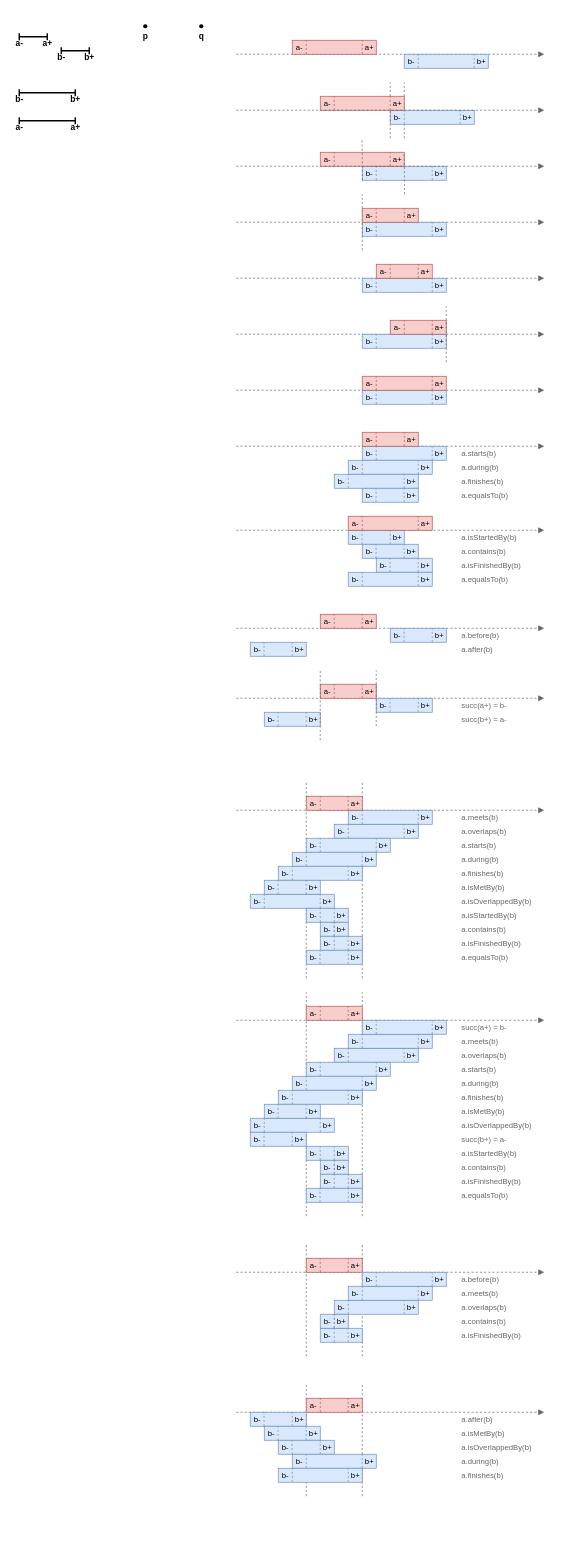
The draw.io diagram page "Relations-Bar" (4 of 6) of res/resources.drawio in gchudnov/mindthegap, before the edit. Source tidied: cells renumbered, new cells numbered last; positions are measured from the earlier drawing's top-left corner, leaving out a move shared by most shapes. Both pictures are drawn from the tidied source at 70%, with x=0, y=0 at pixel (12, 12).
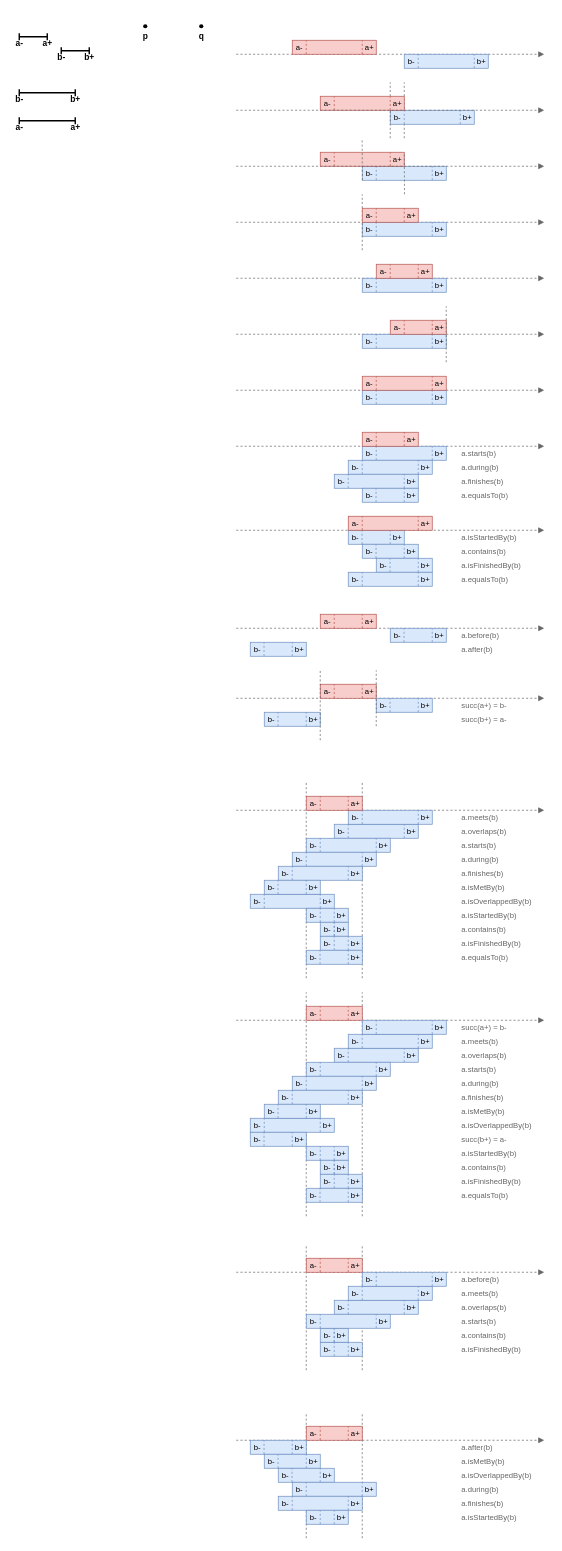
Above is the later version.

The edit, as a diff of the source:
```diff
@@
     <mxCell id="415" style="endArrow=none;dashed=1;html=1;strokeWidth=1;fontSize=11;fillColor=#f5f5f5;strokeColor=#666666;" parent="1" edge="1">
       <mxGeometry relative="1" as="geometry">
-        <mxPoint x="420" y="1920" as="sourcePoint" />
+        <mxPoint x="420" y="1940" as="sourcePoint" />
         <mxPoint x="420" y="1760" as="targetPoint" />
       </mxGeometry>
     </mxCell>
     <mxCell id="416" style="endArrow=none;dashed=1;html=1;strokeWidth=1;fontSize=11;fillColor=#f5f5f5;strokeColor=#666666;" parent="1" edge="1">
       <mxGeometry relative="1" as="geometry">
-        <mxPoint x="500" y="1920" as="sourcePoint" />
+        <mxPoint x="500" y="1940" as="sourcePoint" />
         <mxPoint x="500" y="1760" as="targetPoint" />
       </mxGeometry>
     </mxCell>
@@
     <mxCell id="438" value="a.contains(b)" style="text;html=1;strokeColor=none;fillColor=none;align=left;verticalAlign=middle;whiteSpace=wrap;rounded=0;fontSize=11;fontColor=#666666;" parent="1" vertex="1">
-      <mxGeometry x="640" y="1860" width="80" height="20" as="geometry" />
+      <mxGeometry x="640" y="1880" width="80" height="20" as="geometry" />
     </mxCell>
     <mxCell id="439" style="group;" parent="1" vertex="1">
-      <mxGeometry x="440" y="1880" width="60" height="20" as="geometry" />
+      <mxGeometry x="440" y="1900" width="60" height="20" as="geometry" />
     </mxCell>
@@
     <mxCell id="445" value="a.isFinishedBy(b)" style="text;html=1;strokeColor=none;fillColor=none;align=left;verticalAlign=middle;whiteSpace=wrap;rounded=0;fontSize=11;fontColor=#666666;" parent="1" vertex="1">
-      <mxGeometry x="640" y="1880" width="80" height="20" as="geometry" />
+      <mxGeometry x="640" y="1900" width="80" height="20" as="geometry" />
     </mxCell>
@@
     <mxCell id="453" style="endArrow=none;dashed=1;html=1;strokeWidth=1;fontSize=11;fillColor=#f5f5f5;strokeColor=#666666;" parent="1" edge="1">
       <mxGeometry relative="1" as="geometry">
-        <mxPoint x="420" y="2120" as="sourcePoint" />
-        <mxPoint x="420" y="1960" as="targetPoint" />
+        <mxPoint x="420" y="2180" as="sourcePoint" />
+        <mxPoint x="420" y="2000" as="targetPoint" />
       </mxGeometry>
     </mxCell>
     <mxCell id="454" style="endArrow=none;dashed=1;html=1;strokeWidth=1;fontSize=11;fillColor=#f5f5f5;strokeColor=#666666;" parent="1" edge="1">
       <mxGeometry relative="1" as="geometry">
-        <mxPoint x="500" y="2120" as="sourcePoint" />
-        <mxPoint x="500" y="1960" as="targetPoint" />
+        <mxPoint x="500" y="2180" as="sourcePoint" />
+        <mxPoint x="500" y="2000" as="targetPoint" />
       </mxGeometry>
     </mxCell>
     <mxCell id="455" style="endArrow=block;html=1;fontSize=12;strokeWidth=1;fillColor=#f5f5f5;strokeColor=#666666;endFill=1;dashed=1;" parent="1" edge="1">
       <mxGeometry relative="1" as="geometry">
-        <mxPoint x="320" y="2000" as="sourcePoint" />
-        <mxPoint x="760" y="2000" as="targetPoint" />
+        <mxPoint x="320" y="2040" as="sourcePoint" />
+        <mxPoint x="760" y="2040" as="targetPoint" />
       </mxGeometry>
     </mxCell>
     <mxCell id="456" value="a.isMetBy(b)" style="text;html=1;strokeColor=none;fillColor=none;align=left;verticalAlign=middle;whiteSpace=wrap;rounded=0;fontSize=11;fontColor=#666666;" parent="1" vertex="1">
-      <mxGeometry x="640" y="2020" width="80" height="20" as="geometry" />
+      <mxGeometry x="640" y="2060" width="80" height="20" as="geometry" />
     </mxCell>
     <mxCell id="457" value="a.isOverlappedBy(b)" style="text;html=1;strokeColor=none;fillColor=none;align=left;verticalAlign=middle;whiteSpace=wrap;rounded=0;fontSize=11;fontColor=#666666;" parent="1" vertex="1">
-      <mxGeometry x="640" y="2040" width="80" height="20" as="geometry" />
+      <mxGeometry x="640" y="2080" width="80" height="20" as="geometry" />
     </mxCell>
     <mxCell id="458" style="group;" parent="1" vertex="1">
-      <mxGeometry x="420" y="1980" width="80" height="20" as="geometry" />
+      <mxGeometry x="420" y="2020" width="80" height="20" as="geometry" />
     </mxCell>
@@
     <mxCell id="464" value="a.during(b)" style="text;html=1;strokeColor=none;fillColor=none;align=left;verticalAlign=middle;whiteSpace=wrap;rounded=0;fontSize=11;fontColor=#666666;" parent="1" vertex="1">
-      <mxGeometry x="640" y="2060" width="80" height="20" as="geometry" />
+      <mxGeometry x="640" y="2100" width="80" height="20" as="geometry" />
     </mxCell>
     <mxCell id="465" value="a.finishes(b)" style="text;html=1;strokeColor=none;fillColor=none;align=left;verticalAlign=middle;whiteSpace=wrap;rounded=0;fontSize=11;fontColor=#666666;" parent="1" vertex="1">
-      <mxGeometry x="640" y="2080" width="80" height="20" as="geometry" />
+      <mxGeometry x="640" y="2120" width="80" height="20" as="geometry" />
     </mxCell>
     <mxCell id="466" value="a.after(b)" style="text;html=1;strokeColor=none;fillColor=none;align=left;verticalAlign=middle;whiteSpace=wrap;rounded=0;fontSize=11;fontColor=#666666;" parent="1" vertex="1">
-      <mxGeometry x="640" y="2000" width="80" height="20" as="geometry" />
+      <mxGeometry x="640" y="2040" width="80" height="20" as="geometry" />
     </mxCell>
     <mxCell id="467" style="group;" parent="1" vertex="1">
-      <mxGeometry x="340" y="2000" width="80" height="20" as="geometry" />
+      <mxGeometry x="340" y="2040" width="80" height="20" as="geometry" />
     </mxCell>
@@
     <mxCell id="473" style="group;" parent="1" vertex="1">
-      <mxGeometry x="360" y="2020" width="80" height="20" as="geometry" />
+      <mxGeometry x="360" y="2060" width="80" height="20" as="geometry" />
     </mxCell>
@@
     <mxCell id="479" style="group;" parent="1" vertex="1">
-      <mxGeometry x="380" y="2040" width="80" height="20" as="geometry" />
+      <mxGeometry x="380" y="2080" width="80" height="20" as="geometry" />
     </mxCell>
@@
     <mxCell id="485" style="group;" parent="1" vertex="1">
-      <mxGeometry x="440" y="1860" width="40" height="20" as="geometry" />
+      <mxGeometry x="440" y="1880" width="40" height="20" as="geometry" />
     </mxCell>
@@
     <mxCell id="491" style="group;" parent="1" vertex="1">
-      <mxGeometry x="400" y="2060" width="120" height="20" as="geometry" />
+      <mxGeometry x="400" y="2100" width="120" height="20" as="geometry" />
     </mxCell>
@@
     <mxCell id="497" style="group;" parent="1" vertex="1">
-      <mxGeometry x="380" y="2080" width="120" height="20" as="geometry" />
+      <mxGeometry x="380" y="2120" width="120" height="20" as="geometry" />
     </mxCell>
@@
+    <mxCell id="503" style="group;" parent="1" vertex="1">
+      <mxGeometry x="420" y="1860" width="120" height="20" as="geometry" />
+    </mxCell>
+    <mxCell id="504" style="rounded=0;whiteSpace=wrap;html=1;fontSize=12;strokeWidth=1;fillColor=#dae8fc;strokeColor=#6c8ebf;" parent="503" vertex="1">
+      <mxGeometry width="120" height="20" as="geometry" />
+    </mxCell>
+    <mxCell id="505" value="b-" style="text;html=1;strokeColor=none;fillColor=none;align=center;verticalAlign=middle;rounded=0;fontSize=11;" parent="503" vertex="1">
+      <mxGeometry width="20" height="20" as="geometry" />
+    </mxCell>
+    <mxCell id="506" value="b+" style="text;strokeColor=none;fillColor=none;align=center;verticalAlign=middle;rounded=0;fontSize=11;html=1;spacing=2;" parent="503" vertex="1">
+      <mxGeometry x="100" width="20" height="20" as="geometry" />
+    </mxCell>
+    <mxCell id="507" style="endArrow=none;dashed=1;html=1;strokeWidth=1;fontSize=11;fillColor=#dae8fc;strokeColor=#6c8ebf;" parent="503" edge="1">
+      <mxGeometry relative="1" as="geometry">
+        <mxPoint x="100" y="20" as="sourcePoint" />
+        <mxPoint x="100" as="targetPoint" />
+      </mxGeometry>
+    </mxCell>
+    <mxCell id="508" style="endArrow=none;dashed=1;html=1;strokeWidth=1;fontSize=11;fillColor=#dae8fc;strokeColor=#6c8ebf;" parent="503" edge="1">
+      <mxGeometry relative="1" as="geometry">
+        <mxPoint x="20" y="20" as="sourcePoint" />
+        <mxPoint x="20" as="targetPoint" />
+      </mxGeometry>
+    </mxCell>
+    <mxCell id="509" value="a.starts(b)" style="text;html=1;strokeColor=none;fillColor=none;align=left;verticalAlign=middle;whiteSpace=wrap;rounded=0;fontSize=11;fontColor=#666666;" parent="1" vertex="1">
+      <mxGeometry x="640" y="1860" width="80" height="20" as="geometry" />
+    </mxCell>
+    <mxCell id="510" style="group;" parent="1" vertex="1">
+      <mxGeometry x="420" y="2140" width="60" height="20" as="geometry" />
+    </mxCell>
+    <mxCell id="511" style="rounded=0;whiteSpace=wrap;html=1;fontSize=12;strokeWidth=1;fillColor=#dae8fc;strokeColor=#6c8ebf;" parent="510" vertex="1">
+      <mxGeometry width="60" height="20" as="geometry" />
+    </mxCell>
+    <mxCell id="512" value="b-" style="text;html=1;strokeColor=none;fillColor=none;align=center;verticalAlign=middle;rounded=0;fontSize=11;" parent="510" vertex="1">
+      <mxGeometry width="20" height="20" as="geometry" />
+    </mxCell>
+    <mxCell id="513" value="b+" style="text;strokeColor=none;fillColor=none;align=center;verticalAlign=middle;rounded=0;fontSize=11;html=1;spacing=2;" parent="510" vertex="1">
+      <mxGeometry x="40" width="20" height="20" as="geometry" />
+    </mxCell>
+    <mxCell id="514" style="endArrow=none;dashed=1;html=1;strokeWidth=1;fontSize=11;fillColor=#dae8fc;strokeColor=#6c8ebf;" parent="510" edge="1">
+      <mxGeometry relative="1" as="geometry">
+        <mxPoint x="40" y="20" as="sourcePoint" />
+        <mxPoint x="40" as="targetPoint" />
+      </mxGeometry>
+    </mxCell>
+    <mxCell id="515" style="endArrow=none;dashed=1;html=1;strokeWidth=1;fontSize=11;fillColor=#dae8fc;strokeColor=#6c8ebf;" parent="510" edge="1">
+      <mxGeometry relative="1" as="geometry">
+        <mxPoint x="20" y="20" as="sourcePoint" />
+        <mxPoint x="20" as="targetPoint" />
+      </mxGeometry>
+    </mxCell>
+    <mxCell id="516" value="a.isStartedBy(b)" style="text;html=1;strokeColor=none;fillColor=none;align=left;verticalAlign=middle;whiteSpace=wrap;rounded=0;fontSize=11;fontColor=#666666;" parent="1" vertex="1">
+      <mxGeometry x="640" y="2140" width="80" height="20" as="geometry" />
+    </mxCell>
```
